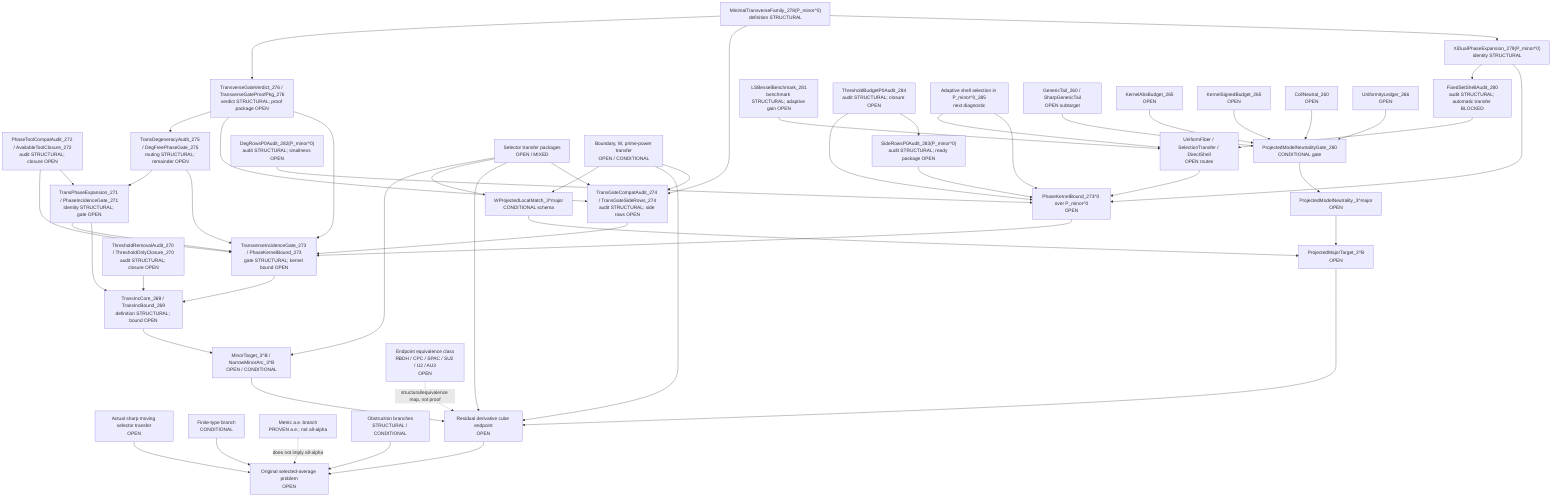
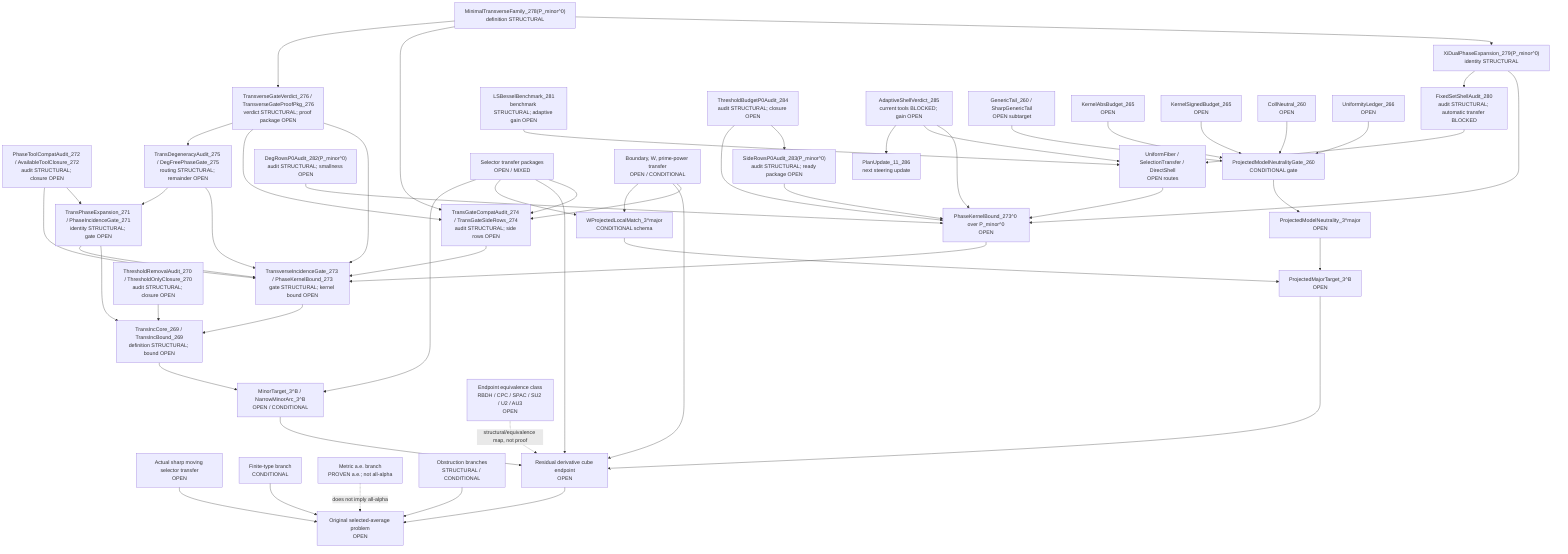
flowchart TD
  Original["Original selected-average problem<br/>OPEN"]
  SharpSel["Actual sharp moving selector transfer<br/>OPEN"]
  FiniteType["Finite-type branch<br/>CONDITIONAL"]
  Metric["Metric a.e. branch<br/>PROVEN a.e.; not all-alpha"]
  Obstruction["Obstruction branches<br/>STRUCTURAL / CONDITIONAL"]

  ResCube["Residual derivative cube endpoint<br/>OPEN"]
  MajorTarget["ProjectedMajorTarget_3^B<br/>OPEN"]
  MinorTarget["MinorTarget_3^B / NarrowMinorArc_3^B<br/>OPEN / CONDITIONAL"]
  TransInc["TransIncCore_269 / TransIncBound_269<br/>definition STRUCTURAL; bound OPEN"]
  ThresholdAudit["ThresholdRemovalAudit_270 / ThresholdOnlyClosure_270<br/>audit STRUCTURAL; closure OPEN"]
  PhaseExpansion["TransPhaseExpansion_271 / PhaseIncidenceGate_271<br/>identity STRUCTURAL; gate OPEN"]
  ToolCompat["PhaseToolCompatAudit_272 / AvailableToolClosure_272<br/>audit STRUCTURAL; closure OPEN"]
  TransGate["TransverseIncidenceGate_273 / PhaseKernelBound_273<br/>gate STRUCTURAL; kernel bound OPEN"]
  TransGateCompat["TransGateCompatAudit_274 / TransGateSideRows_274<br/>audit STRUCTURAL; side rows OPEN"]
  DegAudit["TransDegeneracyAudit_275 / DegFreePhaseGate_275<br/>routing STRUCTURAL; remainder OPEN"]
  TransVerdict["TransverseGateVerdict_276 / TransverseGateProofPkg_276<br/>verdict STRUCTURAL; proof package OPEN"]
  MinTransFamily["MinimalTransverseFamily_278(P_minor^0)<br/>definition STRUCTURAL"]
  XiExpansion["XiDualPhaseExpansion_279(P_minor^0)<br/>identity STRUCTURAL"]
  FixedShellAudit["FixedSetShellAudit_280<br/>audit STRUCTURAL; automatic transfer BLOCKED"]
  FixedShellTransfer["UniformFiber / SelectionTransfer / DirectShell<br/>OPEN routes"]
  LSBesselBench["LSBesselBenchmark_281<br/>benchmark STRUCTURAL; adaptive gain OPEN"]
  DegRowsP0["DegRowsP0Audit_282(P_minor^0)<br/>audit STRUCTURAL; smallness OPEN"]
  SideRowsP0["SideRowsP0Audit_283(P_minor^0)<br/>audit STRUCTURAL; ready package OPEN"]
  ThresholdP0["ThresholdBudgetP0Audit_284<br/>audit STRUCTURAL; closure OPEN"]
-   AdaptiveShellP0["Adaptive shell selection in P_minor^0_285<br/>next diagnostic"]
+   AdaptiveShellP0["AdaptiveShellVerdict_285<br/>current tools BLOCKED; gain OPEN"]
+   PlanUpdate11["PlanUpdate_11_286<br/>next steering update"]
  PhaseKernel0["PhaseKernelBound_273^0 over P_minor^0<br/>OPEN"]
  SelectorTransfer["Selector transfer packages<br/>OPEN / MIXED"]
  BoundaryTransfer["Boundary, W, prime-power transfer<br/>OPEN / CONDITIONAL"]

  WLocal["WProjectedLocalMatch_3^major<br/>CONDITIONAL schema"]
  ModelNeutral["ProjectedModelNeutrality_3^major<br/>OPEN"]
  PMNGate["ProjectedModelNeutralityGate_260<br/>CONDITIONAL gate"]
  GenericTail["GenericTail_260 / SharpGenericTail<br/>OPEN subtarget"]
  KernelAbs["KernelAbsBudget_265<br/>OPEN"]
  KernelSigned["KernelSignedBudget_265<br/>OPEN"]
  CollNeutral["CollNeutral_260<br/>OPEN"]
  Uniformity["UniformityLedger_266<br/>OPEN"]

  EndpointClass["Endpoint equivalence class<br/>RBDH / CPC / SPAC / SU2 / U2 / AU3<br/>OPEN"]

  SharpSel --> Original
  FiniteType --> Original
  Obstruction --> Original
  ResCube --> Original
  Metric -. "does not imply all-alpha" .-> Original

  MajorTarget --> ResCube
  MinorTarget --> ResCube
  TransInc --> MinorTarget
  ThresholdAudit --> TransInc
  PhaseExpansion --> TransInc
  ToolCompat --> PhaseExpansion
  TransGate --> TransInc
  PhaseExpansion --> TransGate
  ToolCompat --> TransGate
  TransGateCompat --> TransGate
  SelectorTransfer --> TransGateCompat
  BoundaryTransfer --> TransGateCompat
  DegAudit --> TransGate
  DegAudit --> PhaseExpansion
  TransVerdict --> TransGate
  TransVerdict --> TransGateCompat
  TransVerdict --> DegAudit
  PhaseKernel0 --> TransGate
  MinTransFamily --> XiExpansion
  XiExpansion --> PhaseKernel0
  XiExpansion --> FixedShellAudit
  FixedShellAudit --> FixedShellTransfer
  FixedShellTransfer --> PhaseKernel0
  LSBesselBench --> FixedShellTransfer
  DegRowsP0 --> PhaseKernel0
  SideRowsP0 --> PhaseKernel0
  ThresholdP0 --> SideRowsP0
  ThresholdP0 --> PhaseKernel0
  AdaptiveShellP0 --> PhaseKernel0
  AdaptiveShellP0 --> FixedShellTransfer
+   AdaptiveShellP0 --> PlanUpdate11
  MinTransFamily --> TransGateCompat
  MinTransFamily --> TransVerdict
  SelectorTransfer --> ResCube
  BoundaryTransfer --> ResCube
  EndpointClass -. "structural/equivalence map, not proof" .-> ResCube

  WLocal --> MajorTarget
  ModelNeutral --> MajorTarget

  PMNGate --> ModelNeutral
  GenericTail --> PMNGate
  KernelAbs --> PMNGate
  KernelSigned --> PMNGate
  CollNeutral --> PMNGate
  Uniformity --> PMNGate

  BoundaryTransfer --> WLocal
  SelectorTransfer --> WLocal
  SelectorTransfer --> MinorTarget
